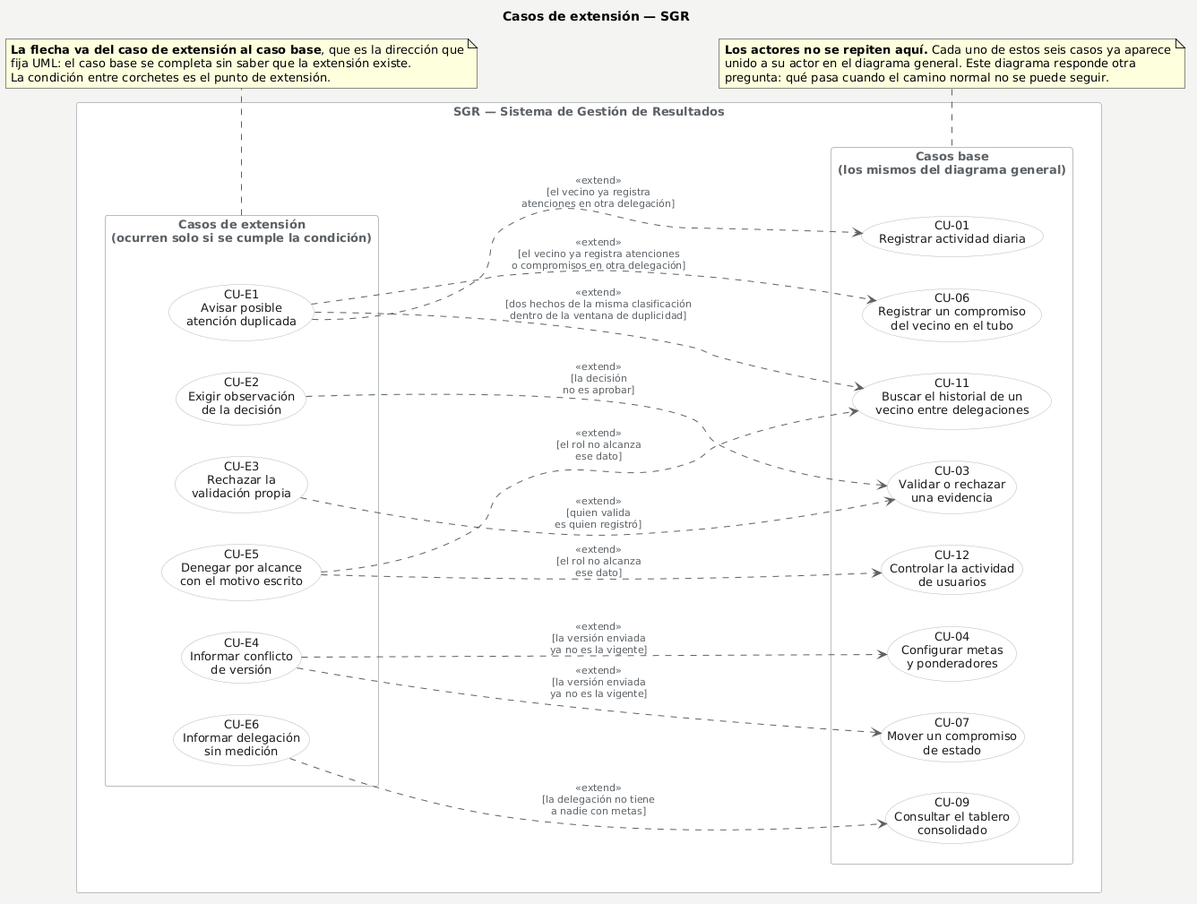
Above: docs/entrega/puml/10-casos-uso-extensiones.png in TIbacache/matriz-sgr (PlantUML), before the change. Source of this version:
```plantuml
@startuml
title Casos de extensión — SGR

skinparam backgroundColor #F4F4F2
skinparam shadowing false
skinparam defaultFontName Arial
skinparam defaultFontSize 13
skinparam ArrowColor #5B6166
skinparam ArrowFontColor #5B6166
skinparam ArrowFontSize 11
skinparam actorStyle awesome
skinparam actor {
  BackgroundColor #EFEDE8
  BorderColor #5B6166
  FontColor #1A1A1A
}
skinparam usecase {
  BackgroundColor #FFFFFF
  BorderColor #B9BDBF
  FontColor #1A1A1A
}
skinparam rectangle {
  BackgroundColor #FAFAF8
  BorderColor #B9BDBF
  FontColor #5B6166
}

left to right direction

rectangle "**SGR — Sistema de Gestión de Resultados**" #FFFFFF {

  rectangle "Casos de extensión\n(ocurren solo si se cumple la condición)" as EXT {
    usecase "CU-E6\nInformar delegación\nsin medición" as CUE6
    usecase "CU-E5\nDenegar por alcance\ncon el motivo escrito" as CUE5
    usecase "CU-E4\nInformar conflicto\nde versión" as CUE4
    usecase "CU-E3\nRechazar la\nvalidación propia" as CUE3
    usecase "CU-E2\nExigir observación\nde la decisión" as CUE2
    usecase "CU-E1\nAvisar posible\natención duplicada" as CUE1
  }

  rectangle "Casos base\n(los mismos del diagrama general)" as BASE {
    usecase "CU-12\nControlar la actividad\nde usuarios" as CU12
    usecase "CU-11\nBuscar el historial de un\nvecino entre delegaciones" as CU11
    usecase "CU-09\nConsultar el tablero\nconsolidado" as CU09
    usecase "CU-07\nMover un compromiso\nde estado" as CU07
    usecase "CU-04\nConfigurar metas\ny ponderadores" as CU04
    usecase "CU-03\nValidar o rechazar\nuna evidencia" as CU03
    usecase "CU-06\nRegistrar un compromiso\ndel vecino en el tubo" as CU06
    usecase "CU-01\nRegistrar actividad diaria" as CU01
  }
}

CUE1 ..> CU11 : <<extend>>\n[dos hechos de la misma clasificación\ndentro de la ventana de duplicidad]
CUE1 ..> CU06 : <<extend>>\n[el vecino ya registra atenciones\no compromisos en otra delegación]
CUE1 ..> CU01 : <<extend>>\n[el vecino ya registra\natenciones en otra delegación]

CUE2 ..> CU03 : <<extend>>\n[la decisión\nno es aprobar]

CUE3 ..> CU03 : <<extend>>\n[quien valida\nes quien registró]

CUE4 ..> CU04 : <<extend>>\n[la versión enviada\nya no es la vigente]
CUE4 ..> CU07 : <<extend>>\n[la versión enviada\nya no es la vigente]

CUE5 ..> CU12 : <<extend>>\n[el rol no alcanza\nese dato]
CUE5 ..> CU11 : <<extend>>\n[el rol no alcanza\nese dato]

CUE6 ..> CU09 : <<extend>>\n[la delegación no tiene\na nadie con metas]

note bottom of EXT
  **La flecha va del caso de extensión al caso base**, que es la dirección que
  fija UML: el caso base se completa sin saber que la extensión existe.
  La condición entre corchetes es el punto de extensión.
end note

note top of BASE
  **Los actores no se repiten aquí.** Cada uno de estos seis casos ya aparece
  unido a su actor en el diagrama general. Este diagrama responde otra
  pregunta: qué pasa cuando el camino normal no se puede seguir.
end note
@enduml
```
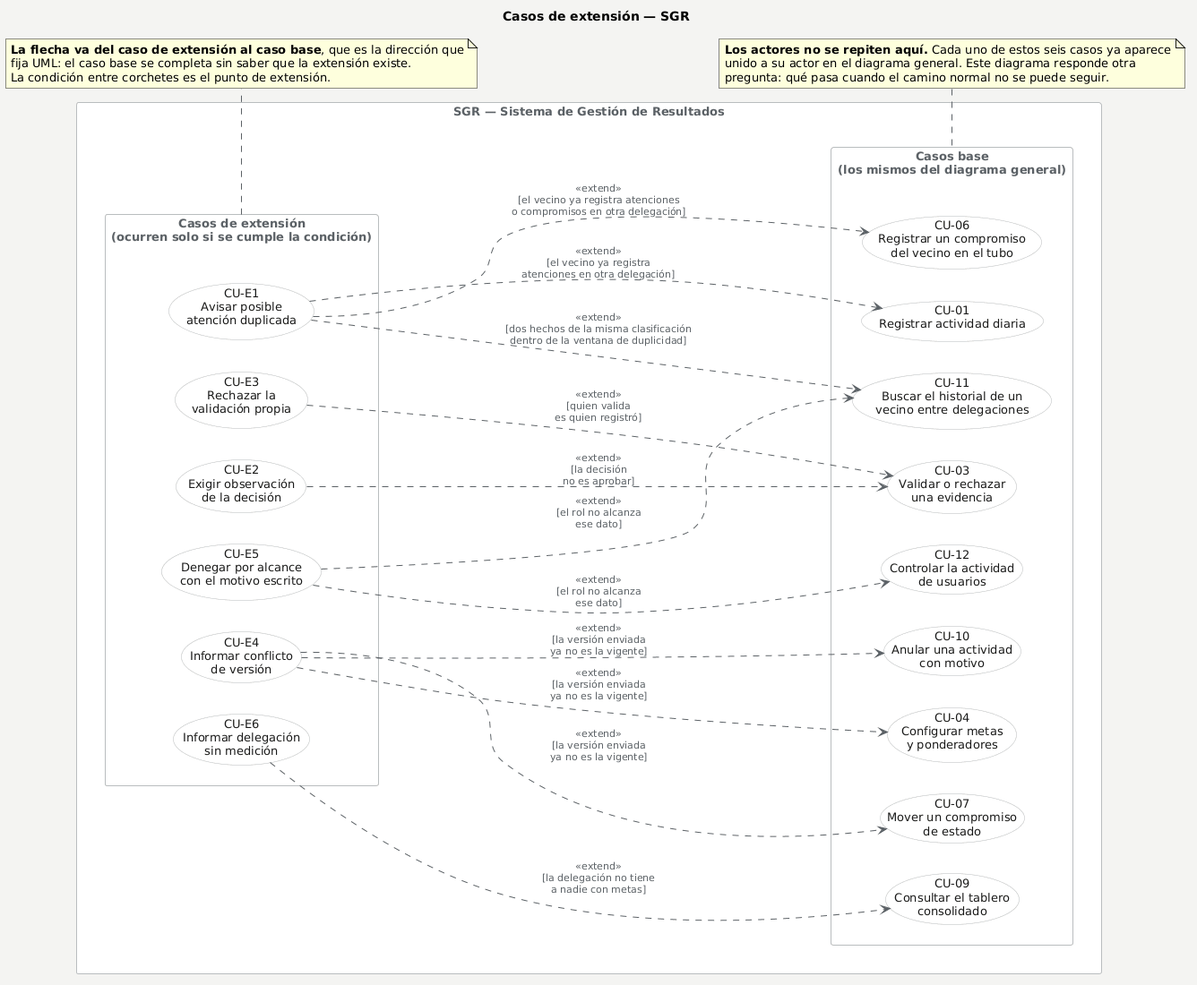
After the commit.

The edit, as a diff of the source:
```diff
@@ -45,6 +45,7 @@
     usecase "CU-07\nMover un compromiso\nde estado" as CU07
     usecase "CU-04\nConfigurar metas\ny ponderadores" as CU04
     usecase "CU-03\nValidar o rechazar\nuna evidencia" as CU03
+    usecase "CU-10\nAnular una actividad\ncon motivo" as CU10
     usecase "CU-06\nRegistrar un compromiso\ndel vecino en el tubo" as CU06
     usecase "CU-01\nRegistrar actividad diaria" as CU01
   }
@@ -60,6 +61,7 @@
 
 CUE4 ..> CU04 : <<extend>>\n[la versión enviada\nya no es la vigente]
 CUE4 ..> CU07 : <<extend>>\n[la versión enviada\nya no es la vigente]
+CUE4 ..> CU10 : <<extend>>\n[la versión enviada\nya no es la vigente]
 
 CUE5 ..> CU12 : <<extend>>\n[el rol no alcanza\nese dato]
 CUE5 ..> CU11 : <<extend>>\n[el rol no alcanza\nese dato]
```
